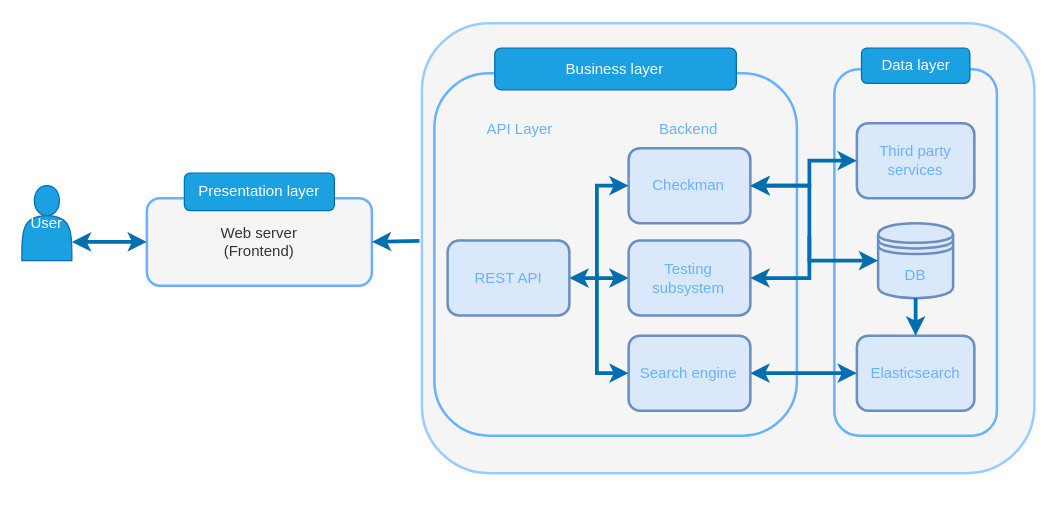
Earlier version of the draw.io diagram diagrams/infa/infrastructure.drawio (ondyChrbi/check-man-be). Source tidied: cells renumbered, new cells numbered last; positions are measured from the earlier drawing's top-left corner, leaving out a move shared by most shapes. Both pictures are drawn from the tidied source at 125%, with x=0, y=0 at pixel (21, 22).
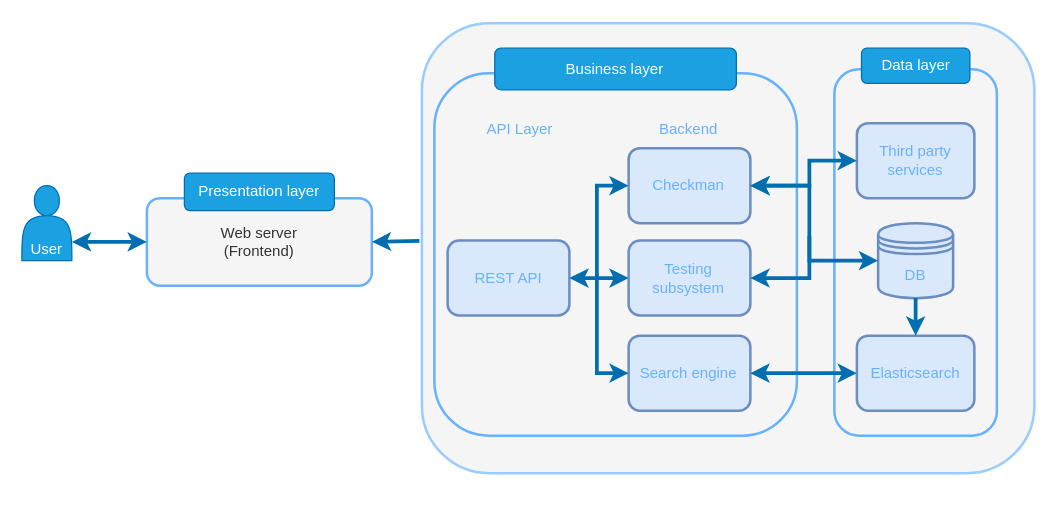
The same diagram, later.

Diff of the diagram source:
```diff
@@
-    <mxCell id="2" value="User" style="shape=actor;whiteSpace=wrap;html=1;fillColor=#1ba1e2;fontColor=#ffffff;strokeColor=#006EAF;" parent="1" vertex="1">
+    <mxCell id="2" value="User" style="shape=actor;whiteSpace=wrap;html=1;fillColor=#1ba1e2;fontColor=#ffffff;strokeColor=#006EAF;verticalAlign=bottom;" parent="1" vertex="1">
       <mxGeometry y="130" width="40" height="60" as="geometry" />
     </mxCell>
```
